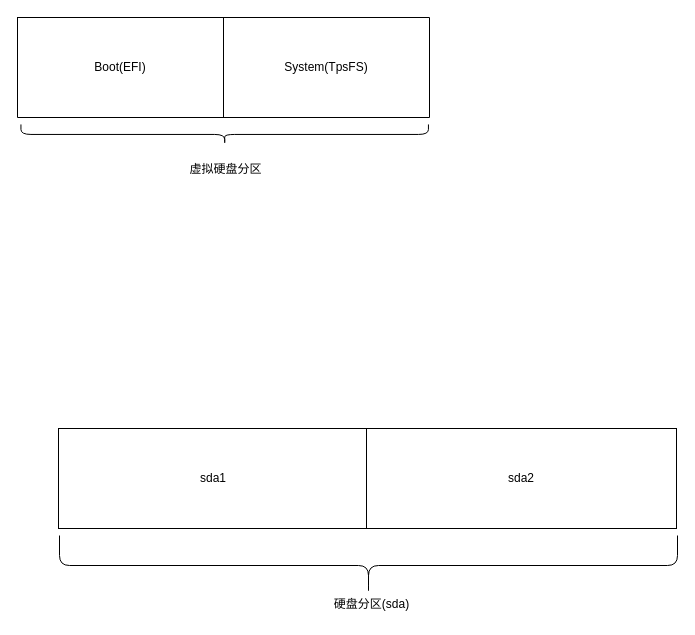
Earlier version of the draw.io diagram 未命名绘图.drawio (SongXiaoLongg/DrawIO). Source tidied: cells renumbered, new cells numbered last; positions are measured from the earlier drawing's top-left corner, leaving out a move shared by most shapes. Both pictures are drawn from the tidied source at 100%, with x=0, y=0 at pixel (17, -70).
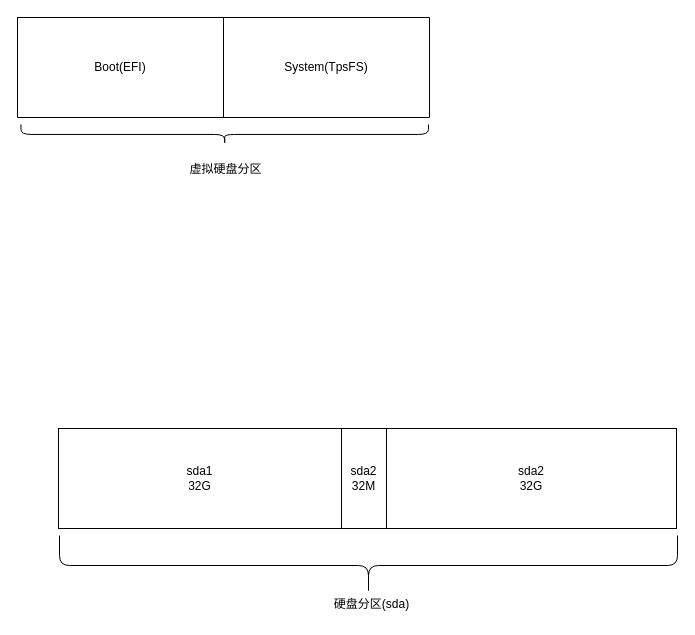
The same diagram, later.

Commit message:
添加了新分区.drawio

Change to the diagram source:
```diff
@@
 <mxGraphModel>
   <root>
     <mxCell id="0" />
     <mxCell id="1" parent="0" />
-    <mxCell id="2" value="sda1" style="rounded=0;whiteSpace=wrap;html=1;strokeWidth=1;" parent="1" vertex="1">
-      <mxGeometry x="41" y="498" width="310" height="100" as="geometry" />
+    <mxCell id="2" value="sda1&lt;br&gt;32G" style="rounded=0;whiteSpace=wrap;html=1;strokeWidth=1;" parent="1" vertex="1">
+      <mxGeometry x="41" y="498" width="283" height="100" as="geometry" />
     </mxCell>
-    <mxCell id="3" value="sda2" style="rounded=0;whiteSpace=wrap;html=1;strokeWidth=1;" parent="1" vertex="1">
-      <mxGeometry x="349" y="498" width="310" height="100" as="geometry" />
+    <mxCell id="3" value="sda2&lt;br&gt;32G" style="rounded=0;whiteSpace=wrap;html=1;strokeWidth=1;" parent="1" vertex="1">
+      <mxGeometry x="369" y="498" width="290" height="100" as="geometry" />
     </mxCell>
     <mxCell id="4" style="shape=table;html=1;whiteSpace=wrap;startSize=0;childLayout=tableLayout;strokeWidth=1;" parent="1" vertex="1">
       <mxGeometry y="87" width="412" height="100" as="geometry" />
     </mxCell>
     <mxCell id="5" style="shape=tableRow;horizontal=0;startSize=0;swimlaneHead=0;swimlaneBody=0;top=0;left=0;bottom=0;right=0;fillColor=none;strokeWidth=1;" parent="4" vertex="1">
       <mxGeometry width="412" height="100" as="geometry" />
     </mxCell>
     <mxCell id="6" value="Boot(EFI)" style="shape=partialRectangle;html=1;whiteSpace=wrap;fillColor=none;top=0;left=0;bottom=0;right=0;overflow=hidden;strokeWidth=1;" parent="5" vertex="1">
       <mxGeometry width="206" height="100" as="geometry" />
     </mxCell>
     <mxCell id="7" value="System(TpsFS)" style="shape=partialRectangle;html=1;whiteSpace=wrap;fillColor=none;top=0;left=0;bottom=0;right=0;overflow=hidden;strokeWidth=1;" parent="5" vertex="1">
       <mxGeometry x="206" width="206" height="100" as="geometry" />
     </mxCell>
     <mxCell id="8" style="shape=curlyBracket;whiteSpace=wrap;html=1;rounded=1;rotation=-90;size=0.5;" parent="1" vertex="1">
       <mxGeometry x="197.2" y="0.2" width="20" height="407.5" as="geometry" />
     </mxCell>
     <mxCell id="9" value="虚拟硬盘分区" style="text;html=1;align=center;verticalAlign=middle;strokeColor=none;fillColor=none;" parent="1" vertex="1">
       <mxGeometry x="162.8" y="226" width="90" height="26" as="geometry" />
     </mxCell>
     <mxCell id="10" style="shape=curlyBracket;whiteSpace=wrap;html=1;rounded=1;rotation=-90;" parent="1" vertex="1">
       <mxGeometry x="321" y="326" width="60" height="618" as="geometry" />
     </mxCell>
     <mxCell id="11" value="硬盘分区(sda)" style="text;html=1;align=center;verticalAlign=middle;strokeColor=none;fillColor=none;" parent="1" vertex="1">
       <mxGeometry x="307" y="661" width="93" height="26" as="geometry" />
     </mxCell>
+    <mxCell id="12" value="sda2&lt;br&gt;32M" style="rounded=0;whiteSpace=wrap;html=1;strokeWidth=1;" parent="1" vertex="1">
+      <mxGeometry x="324" y="498" width="45" height="100" as="geometry" />
+    </mxCell>
   </root>
 </mxGraphModel>
```
